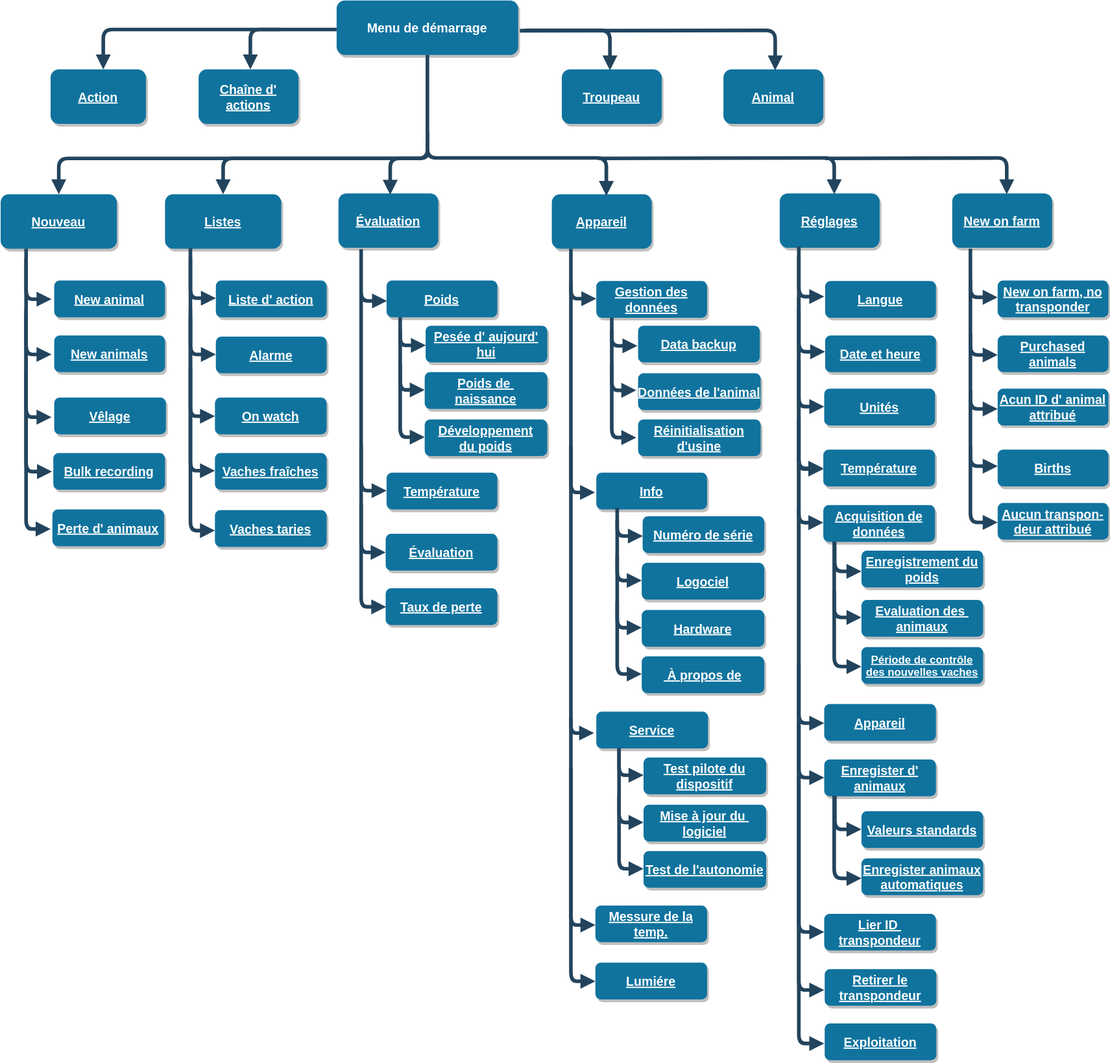
Above: content/fr/docs/menu/menu-tree.svg in erjoh001/vitalcontrol.de (draw.io), before the change. Source tidied: cells renumbered, new cells last; positions are measured from the earlier drawing's top-left corner, leaving out a move shared by most shapes.
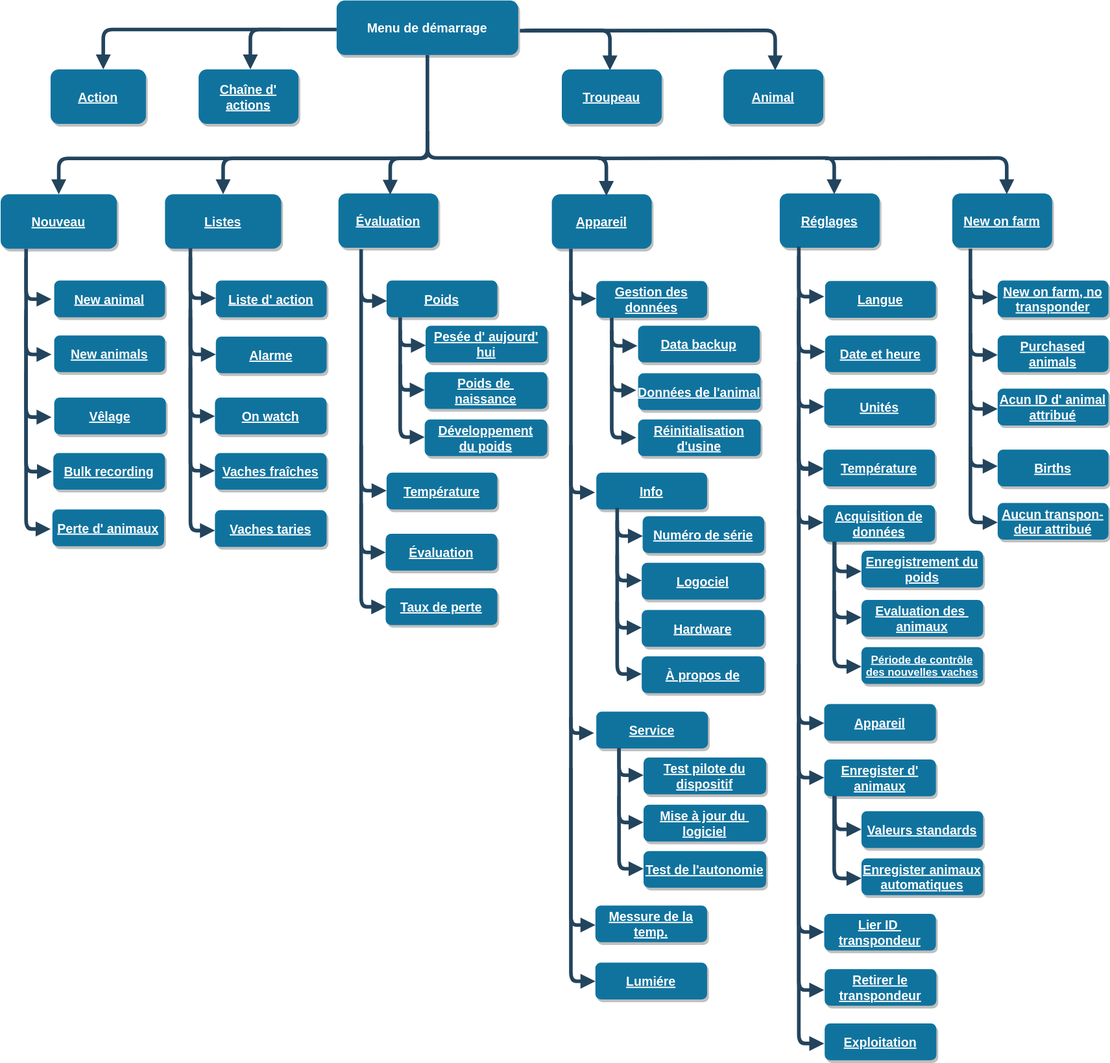
After the change.

Diff of the diagram source:
```diff
@@ -383,7 +383,7 @@
         </Array>
       </mxGeometry>
     </mxCell>
-    <mxCell id="64" value=" À propos de" style="rounded=1;fillColor=#10739E;strokeColor=none;shadow=1;gradientColor=none;fontStyle=5;fontColor=#FFFFFF;fontSize=14;" parent="1" vertex="1">
+    <mxCell id="64" value="À propos de" style="rounded=1;fillColor=#10739E;strokeColor=none;shadow=1;gradientColor=none;fontStyle=5;fontColor=#FFFFFF;fontSize=14;" parent="1" vertex="1">
       <mxGeometry x="731" y="722.5" width="135" height="40.5" as="geometry" />
     </mxCell>
     <mxCell id="65" style="edgeStyle=elbowEdgeStyle;elbow=vertical;strokeWidth=4;endArrow=block;endFill=1;fontStyle=5;strokeColor=#23445D;entryX=0;entryY=0.5;entryDx=0;entryDy=0;rounded=1;" parent="1" edge="1">
```
